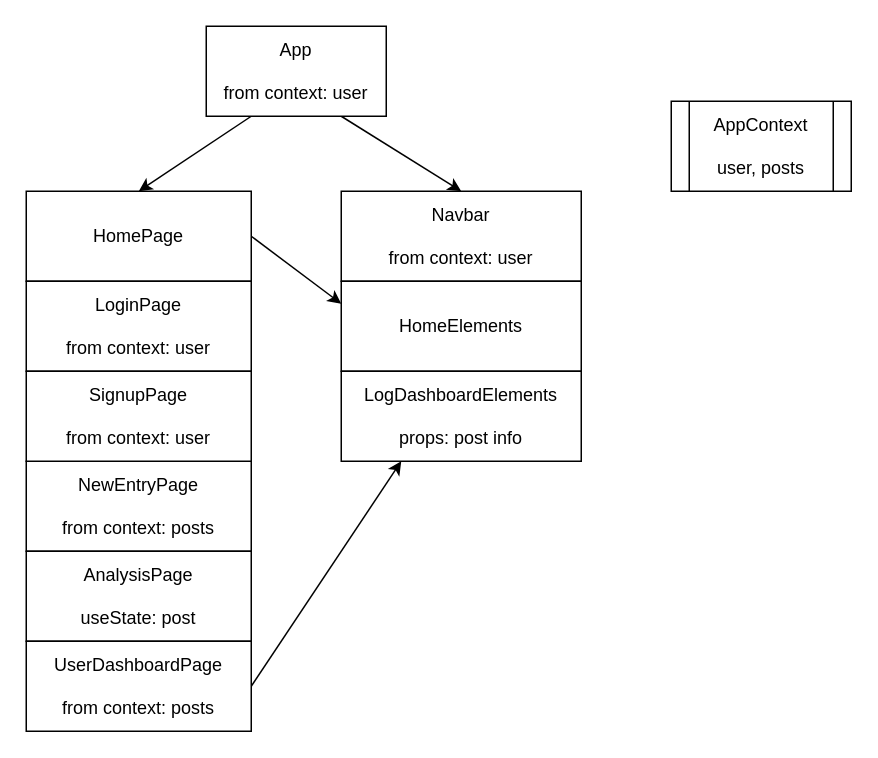
Above: planningStuff/FrontendComponents.dio in arnquic/mental_state_frontend (draw.io), before the change. Source tidied: cells renumbered, new cells numbered last; positions are measured from the earlier drawing's top-left corner, leaving out a move shared by most shapes. Both pictures are drawn from the tidied source at 150%, with x=0, y=0 at pixel (26, 26).
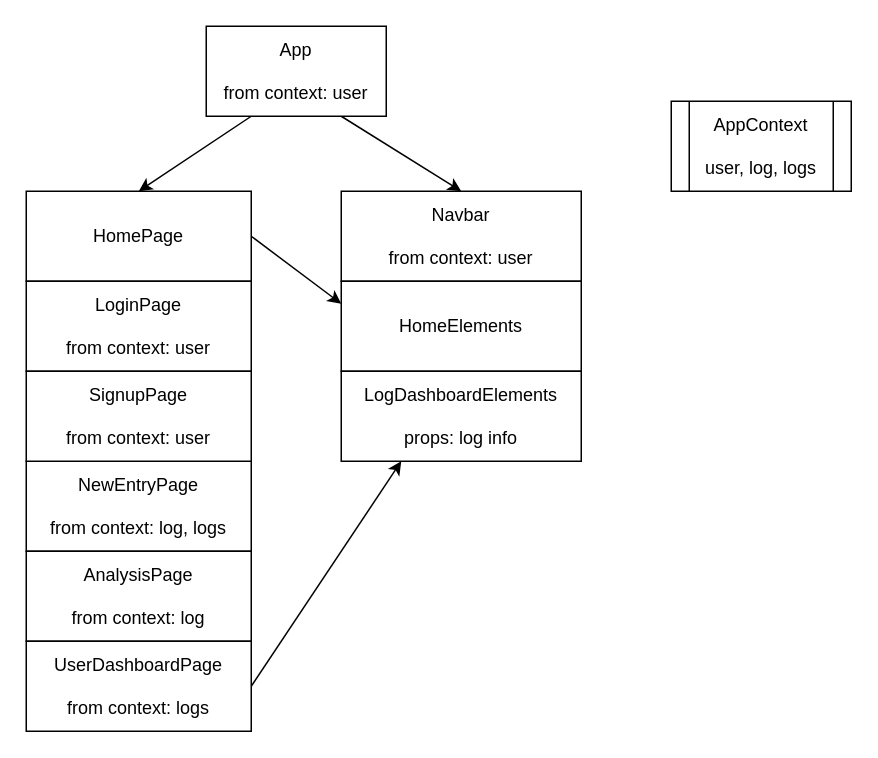
The same diagram, later.

What changed in the source:
```diff
@@
 <mxGraphModel>
   <root>
     <mxCell id="0" />
     <mxCell id="1" parent="0" />
     <mxCell id="2" style="edgeStyle=none;html=1;exitX=0.75;exitY=1;exitDx=0;exitDy=0;entryX=0.5;entryY=0;entryDx=0;entryDy=0;" parent="1" edge="1" source="4" target="5">
       <mxGeometry relative="1" as="geometry" />
     </mxCell>
     <mxCell id="3" style="edgeStyle=none;html=1;exitX=0.25;exitY=1;exitDx=0;exitDy=0;entryX=0.5;entryY=0;entryDx=0;entryDy=0;" parent="1" edge="1" source="4" target="7">
       <mxGeometry relative="1" as="geometry" />
     </mxCell>
     <mxCell id="4" value="App&lt;br&gt;&lt;br&gt;from context: user" style="rounded=0;whiteSpace=wrap;html=1;" parent="1" vertex="1">
       <mxGeometry x="120" width="120" height="60" as="geometry" />
     </mxCell>
     <mxCell id="5" value="Navbar&lt;br&gt;&lt;br&gt;from context: user" style="rounded=0;whiteSpace=wrap;html=1;" parent="1" vertex="1">
       <mxGeometry x="210" y="110" width="160" height="60" as="geometry" />
     </mxCell>
     <mxCell id="6" style="edgeStyle=none;html=1;exitX=1;exitY=0.5;exitDx=0;exitDy=0;entryX=0;entryY=0.25;entryDx=0;entryDy=0;" parent="1" edge="1" source="7" target="13">
       <mxGeometry relative="1" as="geometry" />
     </mxCell>
     <mxCell id="7" value="HomePage" style="rounded=0;whiteSpace=wrap;html=1;" parent="1" vertex="1">
       <mxGeometry y="110" width="150" height="60" as="geometry" />
     </mxCell>
-    <mxCell id="8" value="NewEntryPage&lt;br&gt;&lt;br&gt;from context: posts" style="rounded=0;whiteSpace=wrap;html=1;" parent="1" vertex="1">
+    <mxCell id="8" value="NewEntryPage&lt;br&gt;&lt;br&gt;from context: log, logs" style="rounded=0;whiteSpace=wrap;html=1;" parent="1" vertex="1">
       <mxGeometry y="290" width="150" height="60" as="geometry" />
     </mxCell>
-    <mxCell id="9" value="AnalysisPage&lt;br&gt;&lt;br&gt;useState: post" style="rounded=0;whiteSpace=wrap;html=1;" parent="1" vertex="1">
+    <mxCell id="9" value="AnalysisPage&lt;br&gt;&lt;br&gt;from context: log" style="rounded=0;whiteSpace=wrap;html=1;" parent="1" vertex="1">
       <mxGeometry y="350" width="150" height="60" as="geometry" />
     </mxCell>
     <mxCell id="10" style="edgeStyle=none;html=1;exitX=1;exitY=0.5;exitDx=0;exitDy=0;entryX=0.25;entryY=1;entryDx=0;entryDy=0;" parent="1" edge="1" source="11" target="16">
       <mxGeometry relative="1" as="geometry" />
     </mxCell>
-    <mxCell id="11" value="UserDashboardPage&lt;br&gt;&lt;br&gt;from context: posts" style="rounded=0;whiteSpace=wrap;html=1;" parent="1" vertex="1">
+    <mxCell id="11" value="UserDashboardPage&lt;br&gt;&lt;br&gt;from context: logs" style="rounded=0;whiteSpace=wrap;html=1;" parent="1" vertex="1">
       <mxGeometry y="410" width="150" height="60" as="geometry" />
     </mxCell>
-    <mxCell id="12" value="AppContext&lt;br&gt;&lt;br&gt;user, posts" style="shape=process;whiteSpace=wrap;html=1;backgroundOutline=1;" parent="1" vertex="1">
+    <mxCell id="12" value="AppContext&lt;br&gt;&lt;br&gt;user, log, logs" style="shape=process;whiteSpace=wrap;html=1;backgroundOutline=1;" parent="1" vertex="1">
       <mxGeometry x="430" y="50" width="120" height="60" as="geometry" />
     </mxCell>
     <mxCell id="13" value="HomeElements" style="rounded=0;whiteSpace=wrap;html=1;" parent="1" vertex="1">
       <mxGeometry x="210" y="170" width="160" height="60" as="geometry" />
     </mxCell>
     <mxCell id="14" value="LoginPage&lt;br&gt;&lt;br&gt;from context: user" style="rounded=0;whiteSpace=wrap;html=1;" parent="1" vertex="1">
       <mxGeometry y="170" width="150" height="60" as="geometry" />
     </mxCell>
     <mxCell id="15" value="SignupPage&lt;br&gt;&lt;br&gt;from context: user" style="rounded=0;whiteSpace=wrap;html=1;" parent="1" vertex="1">
       <mxGeometry y="230" width="150" height="60" as="geometry" />
     </mxCell>
-    <mxCell id="16" value="LogDashboardElements&lt;br&gt;&lt;br&gt;props: post info" style="rounded=0;whiteSpace=wrap;html=1;" parent="1" vertex="1">
+    <mxCell id="16" value="LogDashboardElements&lt;br&gt;&lt;br&gt;props: log info" style="rounded=0;whiteSpace=wrap;html=1;" parent="1" vertex="1">
       <mxGeometry x="210" y="230" width="160" height="60" as="geometry" />
     </mxCell>
   </root>
 </mxGraphModel>
```
